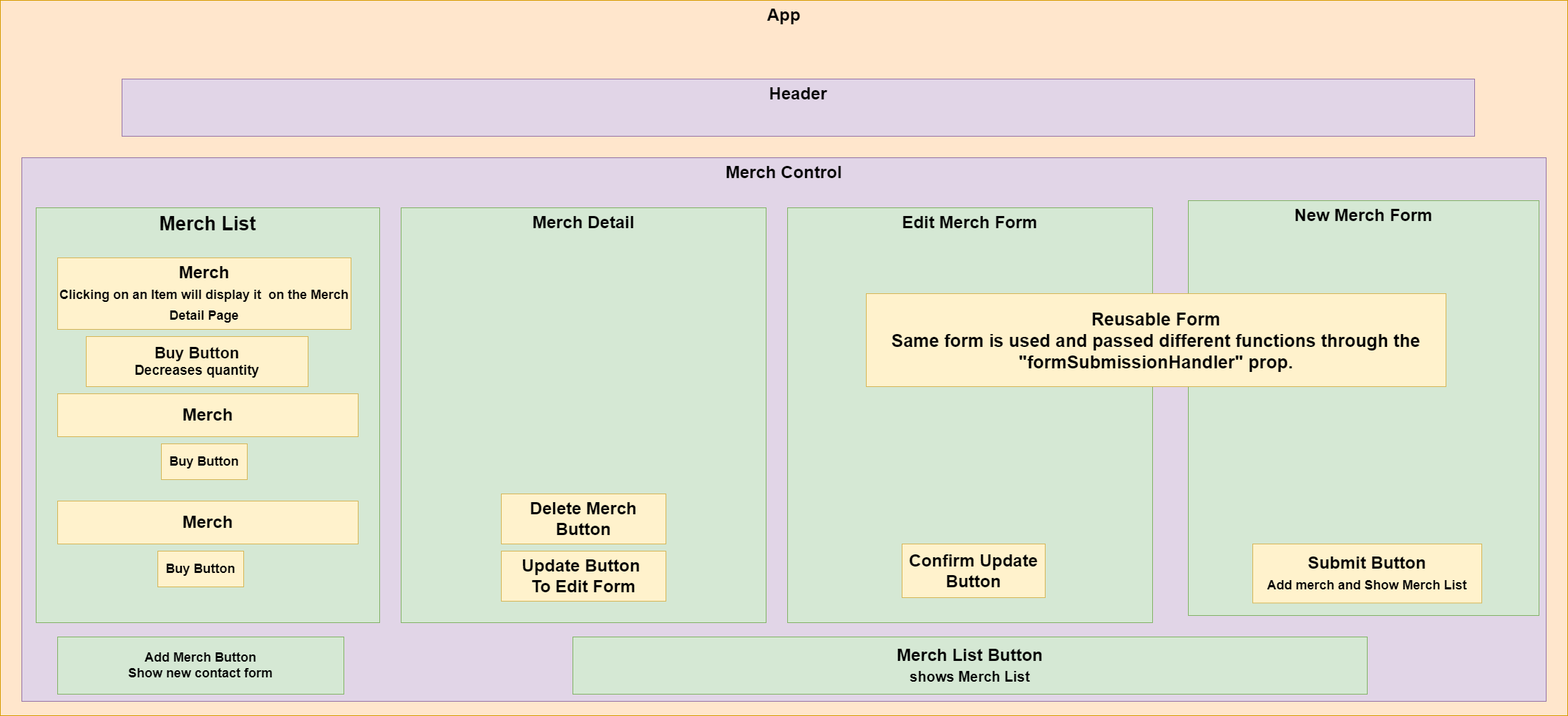
Earlier version of the draw.io export MerchSiteDiagram.drawio.png (AaronDBoyd/Merch-Site-React). Source tidied: cells renumbered, new cells last; positions are measured from the earlier drawing's top-left corner, leaving out a move shared by most shapes. The source it was exported from:
```xml
<mxGraphModel>
  <root>
    <mxCell id="0" />
    <mxCell id="1" parent="0" />
    <mxCell id="2" value="App" style="rounded=0;whiteSpace=wrap;html=1;fillColor=#ffe6cc;strokeColor=#d79b00;fontStyle=1;verticalAlign=top;fontSize=24;" parent="1" vertex="1">
      <mxGeometry width="2190" height="1000" as="geometry" />
    </mxCell>
    <mxCell id="3" value="Header" style="rounded=0;whiteSpace=wrap;html=1;fillColor=#e1d5e7;strokeColor=#9673a6;fontStyle=1;verticalAlign=top;fontSize=24;" parent="1" vertex="1">
      <mxGeometry x="170" y="110" width="1890" height="80" as="geometry" />
    </mxCell>
    <mxCell id="4" value="Merch Control" style="rounded=0;whiteSpace=wrap;html=1;fillColor=#e1d5e7;strokeColor=#9673a6;fontStyle=1;verticalAlign=top;fontSize=24;" parent="1" vertex="1">
      <mxGeometry x="30" y="220" width="2130" height="760" as="geometry" />
    </mxCell>
    <mxCell id="5" value="Merch List" style="rounded=0;whiteSpace=wrap;html=1;fillColor=#d5e8d4;strokeColor=#82b366;fontStyle=1;verticalAlign=top;fontSize=27;" parent="1" vertex="1">
      <mxGeometry x="50" y="290" width="480" height="580" as="geometry" />
    </mxCell>
    <mxCell id="6" value="Merch Detail" style="rounded=0;whiteSpace=wrap;html=1;fillColor=#d5e8d4;strokeColor=#82b366;fontStyle=1;fontSize=24;verticalAlign=top;" parent="1" vertex="1">
      <mxGeometry x="560" y="290" width="510" height="580" as="geometry" />
    </mxCell>
    <mxCell id="7" value="Edit Merch Form" style="rounded=0;whiteSpace=wrap;html=1;fillColor=#d5e8d4;strokeColor=#82b366;fontStyle=1;verticalAlign=top;fontSize=24;" parent="1" vertex="1">
      <mxGeometry x="1100" y="290" width="510" height="580" as="geometry" />
    </mxCell>
    <mxCell id="8" value="New Merch Form" style="rounded=0;whiteSpace=wrap;html=1;fillColor=#d5e8d4;strokeColor=#82b366;fontStyle=1;verticalAlign=top;fontSize=24;" parent="1" vertex="1">
      <mxGeometry x="1660" y="280" width="490" height="580" as="geometry" />
    </mxCell>
    <mxCell id="9" value="Add Merch Button&lt;br style=&quot;font-size: 18px;&quot;&gt;&lt;font style=&quot;font-size: 18px;&quot;&gt;Show new contact form&lt;/font&gt;" style="rounded=0;whiteSpace=wrap;html=1;fillColor=#d5e8d4;strokeColor=#82b366;fontStyle=1;fontSize=18;" parent="1" vertex="1">
      <mxGeometry x="80" y="890" width="400" height="80" as="geometry" />
    </mxCell>
    <mxCell id="10" value="Merch List Button&lt;br style=&quot;font-size: 23px;&quot;&gt;&lt;font style=&quot;font-size: 20px;&quot;&gt;shows Merch List&lt;/font&gt;" style="rounded=0;whiteSpace=wrap;html=1;fillColor=#d5e8d4;strokeColor=#82b366;fontStyle=1;fontSize=24;" parent="1" vertex="1">
      <mxGeometry x="800" y="890" width="1110" height="80" as="geometry" />
    </mxCell>
    <mxCell id="11" value="Merch&lt;br style=&quot;font-size: 23px;&quot;&gt;&lt;font style=&quot;font-size: 18px;&quot;&gt;Clicking on an Item will display it&amp;nbsp; on the Merch Detail Page&lt;/font&gt;" style="rounded=0;whiteSpace=wrap;html=1;fillColor=#fff2cc;strokeColor=#d6b656;fontStyle=1;verticalAlign=top;fontSize=24;" parent="1" vertex="1">
      <mxGeometry x="80" y="360" width="410" height="100" as="geometry" />
    </mxCell>
    <mxCell id="12" value="&lt;font style=&quot;font-size: 22px;&quot;&gt;Buy Button&lt;br style=&quot;&quot;&gt;&lt;/font&gt;&lt;font style=&quot;font-size: 19px;&quot;&gt;Decreases quantity&lt;/font&gt;" style="rounded=0;whiteSpace=wrap;html=1;fillColor=#fff2cc;strokeColor=#d6b656;fontStyle=1;fontSize=17;" parent="1" vertex="1">
      <mxGeometry x="120" y="470" width="310" height="70" as="geometry" />
    </mxCell>
    <mxCell id="13" value="Merch" style="rounded=0;whiteSpace=wrap;html=1;fillColor=#fff2cc;strokeColor=#d6b656;fontStyle=1;fontSize=24;" parent="1" vertex="1">
      <mxGeometry x="80" y="550" width="420" height="60" as="geometry" />
    </mxCell>
    <mxCell id="14" value="Buy Button" style="rounded=0;whiteSpace=wrap;html=1;fillColor=#fff2cc;strokeColor=#d6b656;fontStyle=1;verticalAlign=middle;fontSize=18;" parent="1" vertex="1">
      <mxGeometry x="225" y="620" width="120" height="50" as="geometry" />
    </mxCell>
    <mxCell id="15" value="Merch" style="rounded=0;whiteSpace=wrap;html=1;fillColor=#fff2cc;strokeColor=#d6b656;fontStyle=1;verticalAlign=middle;fontSize=24;" parent="1" vertex="1">
      <mxGeometry x="80" y="700" width="420" height="60" as="geometry" />
    </mxCell>
    <mxCell id="16" value="Update Button&amp;nbsp;&lt;br&gt;To Edit Form" style="rounded=0;whiteSpace=wrap;html=1;fillColor=#fff2cc;strokeColor=#d6b656;fontStyle=1;fontSize=24;" parent="1" vertex="1">
      <mxGeometry x="700" y="770" width="230" height="70" as="geometry" />
    </mxCell>
    <mxCell id="17" value="Delete Merch Button" style="rounded=0;whiteSpace=wrap;html=1;fillColor=#fff2cc;strokeColor=#d6b656;fontStyle=1;fontSize=24;" parent="1" vertex="1">
      <mxGeometry x="700" y="690" width="230" height="70" as="geometry" />
    </mxCell>
    <mxCell id="18" value="Reusable Form&lt;br style=&quot;font-size: 25px;&quot;&gt;&lt;font style=&quot;font-size: 25px;&quot;&gt;Same form is used and passed different functions through the &quot;formSubmissionHandler&quot; prop&lt;/font&gt;&lt;font style=&quot;font-size: 25px;&quot;&gt;.&lt;/font&gt;" style="rounded=0;whiteSpace=wrap;html=1;fillColor=#fff2cc;strokeColor=#d6b656;fontStyle=1;fontSize=25;" parent="1" vertex="1">
      <mxGeometry x="1210" y="410" width="810" height="130" as="geometry" />
    </mxCell>
    <mxCell id="19" value="Confirm Update Button" style="rounded=0;whiteSpace=wrap;html=1;fillColor=#fff2cc;strokeColor=#d6b656;fontStyle=1;verticalAlign=middle;fontSize=24;" parent="1" vertex="1">
      <mxGeometry x="1260" y="760" width="200" height="75" as="geometry" />
    </mxCell>
    <mxCell id="20" value="Submit Button&lt;br style=&quot;font-size: 23px;&quot;&gt;&lt;font style=&quot;font-size: 18px;&quot;&gt;Add merch and Show Merch List&lt;/font&gt;" style="rounded=0;whiteSpace=wrap;html=1;fillColor=#fff2cc;strokeColor=#d6b656;fontStyle=1;fontSize=24;" parent="1" vertex="1">
      <mxGeometry x="1750" y="760" width="320" height="82.5" as="geometry" />
    </mxCell>
    <mxCell id="21" value="Buy Button" style="rounded=0;whiteSpace=wrap;html=1;fillColor=#fff2cc;strokeColor=#d6b656;fontStyle=1;verticalAlign=middle;fontSize=18;" parent="1" vertex="1">
      <mxGeometry x="220" y="770" width="120" height="50" as="geometry" />
    </mxCell>
  </root>
</mxGraphModel>
```
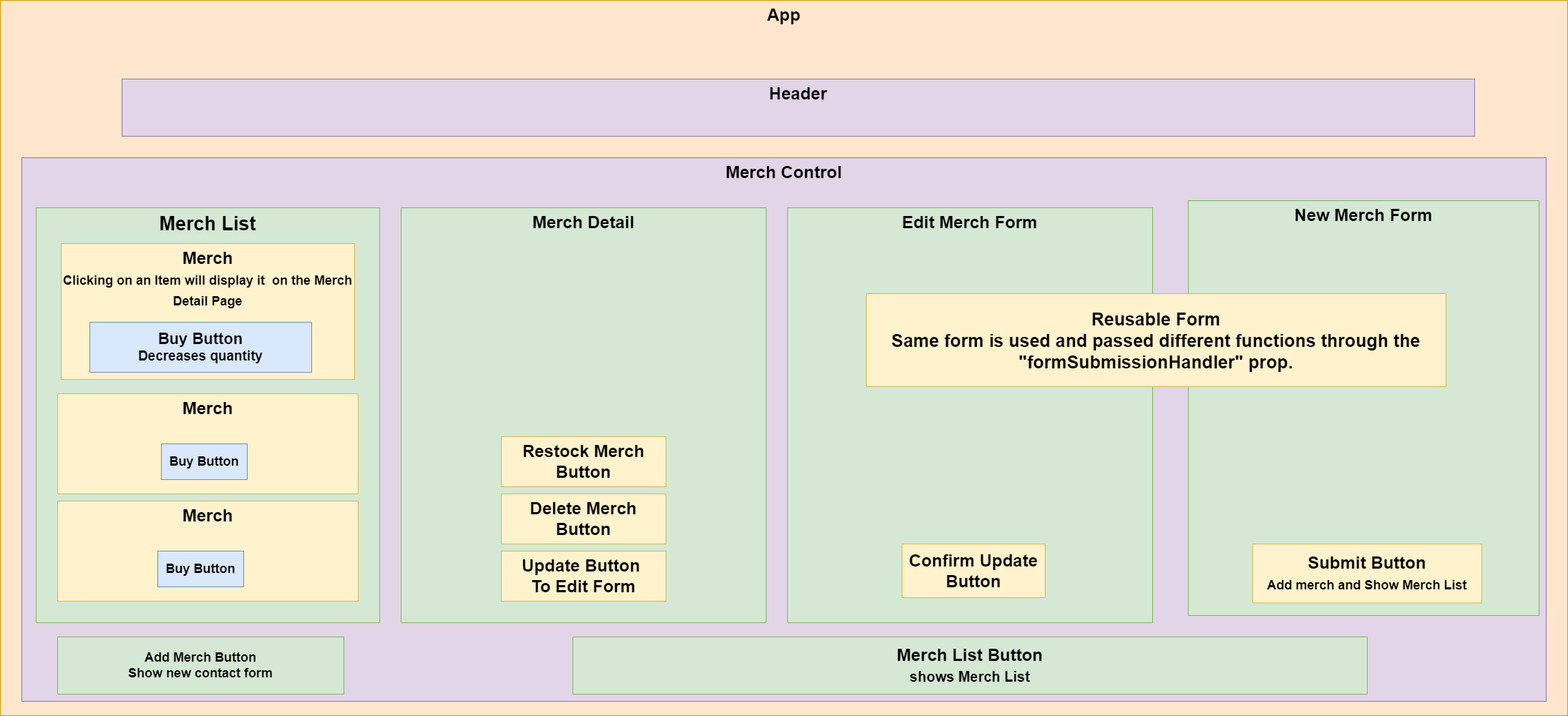
The same file after the commit.

Diff of the diagram source:
```diff
@@ -30,19 +30,19 @@
       <mxGeometry x="800" y="890" width="1110" height="80" as="geometry" />
     </mxCell>
     <mxCell id="11" value="Merch&lt;br style=&quot;font-size: 23px;&quot;&gt;&lt;font style=&quot;font-size: 18px;&quot;&gt;Clicking on an Item will display it&amp;nbsp; on the Merch Detail Page&lt;/font&gt;" style="rounded=0;whiteSpace=wrap;html=1;fillColor=#fff2cc;strokeColor=#d6b656;fontStyle=1;verticalAlign=top;fontSize=24;" parent="1" vertex="1">
-      <mxGeometry x="80" y="360" width="410" height="100" as="geometry" />
+      <mxGeometry x="85" y="340" width="410" height="190" as="geometry" />
     </mxCell>
-    <mxCell id="12" value="&lt;font style=&quot;font-size: 22px;&quot;&gt;Buy Button&lt;br style=&quot;&quot;&gt;&lt;/font&gt;&lt;font style=&quot;font-size: 19px;&quot;&gt;Decreases quantity&lt;/font&gt;" style="rounded=0;whiteSpace=wrap;html=1;fillColor=#fff2cc;strokeColor=#d6b656;fontStyle=1;fontSize=17;" parent="1" vertex="1">
-      <mxGeometry x="120" y="470" width="310" height="70" as="geometry" />
+    <mxCell id="12" value="&lt;font style=&quot;font-size: 22px;&quot;&gt;Buy Button&lt;br style=&quot;&quot;&gt;&lt;/font&gt;&lt;font style=&quot;font-size: 19px;&quot;&gt;Decreases quantity&lt;/font&gt;" style="rounded=0;whiteSpace=wrap;html=1;fillColor=#dae8fc;strokeColor=#6c8ebf;fontStyle=1;fontSize=17;" parent="1" vertex="1">
+      <mxGeometry x="125" y="450" width="310" height="70" as="geometry" />
     </mxCell>
-    <mxCell id="13" value="Merch" style="rounded=0;whiteSpace=wrap;html=1;fillColor=#fff2cc;strokeColor=#d6b656;fontStyle=1;fontSize=24;" parent="1" vertex="1">
-      <mxGeometry x="80" y="550" width="420" height="60" as="geometry" />
+    <mxCell id="13" value="Merch" style="rounded=0;whiteSpace=wrap;html=1;fillColor=#fff2cc;strokeColor=#d6b656;fontStyle=1;fontSize=24;verticalAlign=top;" parent="1" vertex="1">
+      <mxGeometry x="80" y="550" width="420" height="140" as="geometry" />
     </mxCell>
-    <mxCell id="14" value="Buy Button" style="rounded=0;whiteSpace=wrap;html=1;fillColor=#fff2cc;strokeColor=#d6b656;fontStyle=1;verticalAlign=middle;fontSize=18;" parent="1" vertex="1">
+    <mxCell id="14" value="Buy Button" style="rounded=0;whiteSpace=wrap;html=1;fillColor=#dae8fc;strokeColor=#6c8ebf;fontStyle=1;verticalAlign=middle;fontSize=18;" parent="1" vertex="1">
       <mxGeometry x="225" y="620" width="120" height="50" as="geometry" />
     </mxCell>
-    <mxCell id="15" value="Merch" style="rounded=0;whiteSpace=wrap;html=1;fillColor=#fff2cc;strokeColor=#d6b656;fontStyle=1;verticalAlign=middle;fontSize=24;" parent="1" vertex="1">
-      <mxGeometry x="80" y="700" width="420" height="60" as="geometry" />
+    <mxCell id="15" value="Merch" style="rounded=0;whiteSpace=wrap;html=1;fillColor=#fff2cc;strokeColor=#d6b656;fontStyle=1;verticalAlign=top;fontSize=24;" parent="1" vertex="1">
+      <mxGeometry x="80" y="700" width="420" height="140" as="geometry" />
     </mxCell>
     <mxCell id="16" value="Update Button&amp;nbsp;&lt;br&gt;To Edit Form" style="rounded=0;whiteSpace=wrap;html=1;fillColor=#fff2cc;strokeColor=#d6b656;fontStyle=1;fontSize=24;" parent="1" vertex="1">
       <mxGeometry x="700" y="770" width="230" height="70" as="geometry" />
@@ -59,8 +59,11 @@
     <mxCell id="20" value="Submit Button&lt;br style=&quot;font-size: 23px;&quot;&gt;&lt;font style=&quot;font-size: 18px;&quot;&gt;Add merch and Show Merch List&lt;/font&gt;" style="rounded=0;whiteSpace=wrap;html=1;fillColor=#fff2cc;strokeColor=#d6b656;fontStyle=1;fontSize=24;" parent="1" vertex="1">
       <mxGeometry x="1750" y="760" width="320" height="82.5" as="geometry" />
     </mxCell>
-    <mxCell id="21" value="Buy Button" style="rounded=0;whiteSpace=wrap;html=1;fillColor=#fff2cc;strokeColor=#d6b656;fontStyle=1;verticalAlign=middle;fontSize=18;" parent="1" vertex="1">
+    <mxCell id="21" value="Buy Button" style="rounded=0;whiteSpace=wrap;html=1;fillColor=#dae8fc;strokeColor=#6c8ebf;fontStyle=1;verticalAlign=middle;fontSize=18;" parent="1" vertex="1">
       <mxGeometry x="220" y="770" width="120" height="50" as="geometry" />
     </mxCell>
+    <mxCell id="22" value="Restock Merch Button" style="rounded=0;whiteSpace=wrap;html=1;fillColor=#fff2cc;strokeColor=#d6b656;fontStyle=1;fontSize=24;" parent="1" vertex="1">
+      <mxGeometry x="700" y="610" width="230" height="70" as="geometry" />
+    </mxCell>
   </root>
 </mxGraphModel>
```
